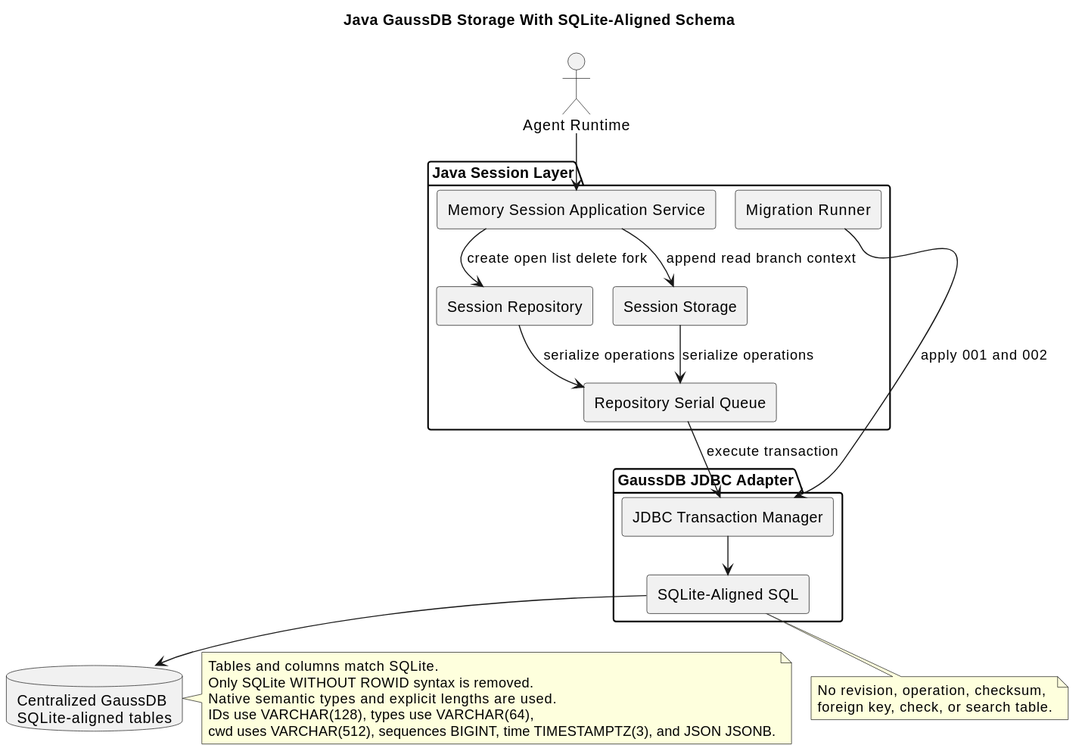
This is diagrams/memory/memory-architecture.svg from superheromeZzh/pi-mono-java-design, a PlantUML export, as it was before one commit.
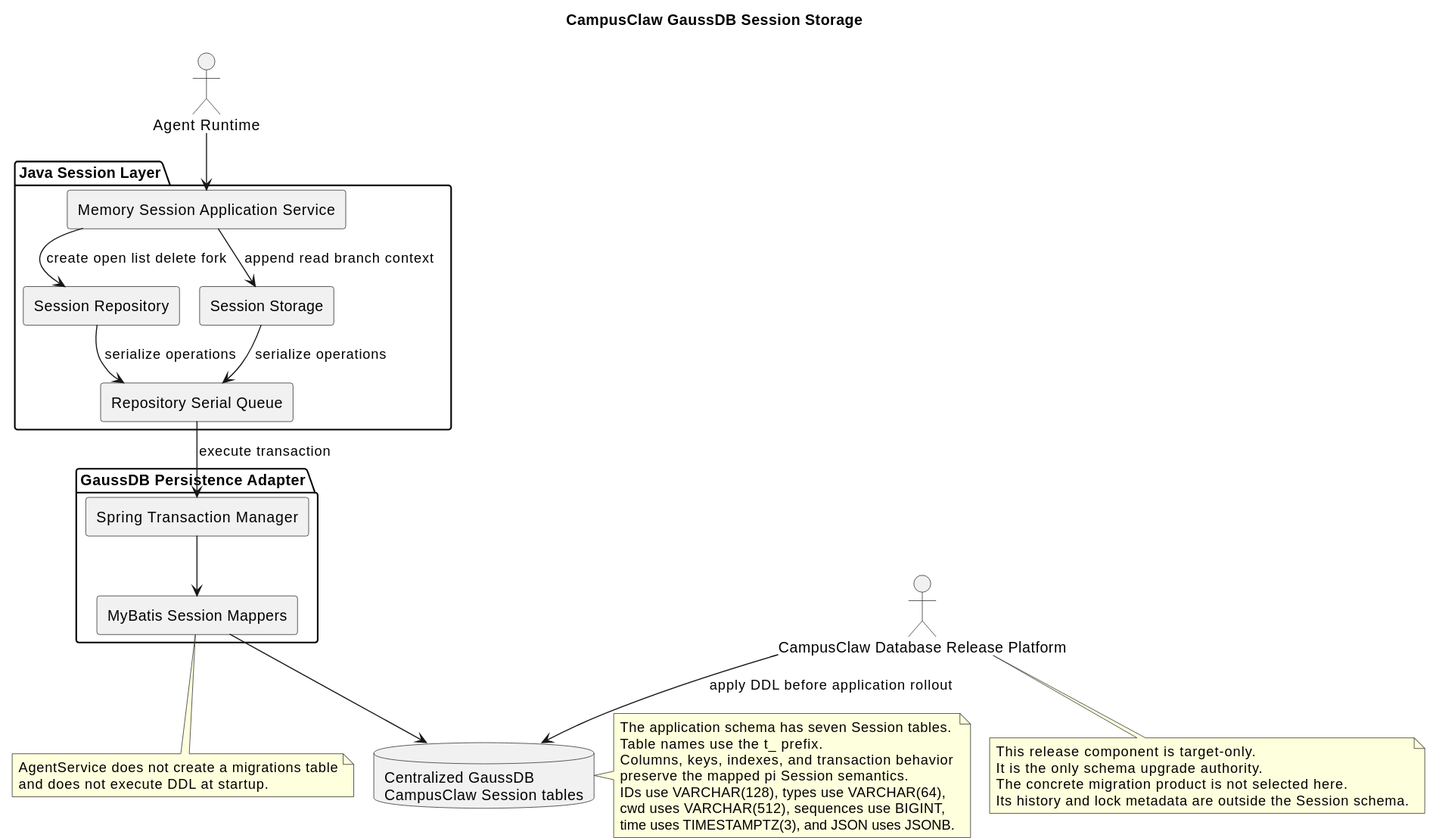
After the change.

Commit message:
docs: externalize CampusClaw schema upgrades

The edit, as a diff of the source:
```diff
@@ -1,26 +1,26 @@
 @startuml
 !pragma layout smetana
-title Java GaussDB Storage With SQLite-Aligned Schema
+title CampusClaw GaussDB Session Storage
 skinparam backgroundColor #FFFFFF
 skinparam componentStyle rectangle
 
 
 actor "Agent Runtime" as runtime
+actor "CampusClaw Database Release Platform" as release
 
 package "Java Session Layer" {
   [Memory Session Application Service] as app
   [Session Repository] as repository
   [Session Storage] as storage
-  [Migration Runner] as migration
   [Repository Serial Queue] as queue
 }
 
-package "GaussDB JDBC Adapter" {
-  [JDBC Transaction Manager] as tx
-  [SQLite-Aligned SQL] as sql
+package "GaussDB Persistence Adapter" {
+  [Spring Transaction Manager] as tx
+  [MyBatis Session Mappers] as sql
 }
 
-database "Centralized GaussDB\nSQLite-aligned tables" as db
+database "Centralized GaussDB\nCampusClaw Session tables" as db
 
 runtime --> app
 app --> repository : create open list delete fork
@@ -28,20 +28,29 @@
 repository --> queue : serialize operations
 storage --> queue : serialize operations
 queue --> tx : execute transaction
-migration --> tx : apply 001 and 002
 tx --> sql
 sql --> db
+release --> db : apply DDL before application rollout
 
 note right of db
-Tables and columns match SQLite.
-Only SQLite WITHOUT ROWID syntax is removed.
-Native semantic types and explicit lengths are used.
+The application schema has seven Session tables.
+Table names use the t_ prefix.
+Columns, keys, indexes, and transaction behavior
+preserve the mapped pi Session semantics.
 IDs use VARCHAR(128), types use VARCHAR(64),
-cwd uses VARCHAR(512), sequences BIGINT, time TIMESTAMPTZ(3), and JSON JSONB.
+cwd uses VARCHAR(512), sequences use BIGINT,
+time uses TIMESTAMPTZ(3), and JSON uses JSONB.
+end note
+
+note bottom of release
+This release component is target-only.
+It is the only schema upgrade authority.
+The concrete migration product is not selected here.
+Its history and lock metadata are outside the Session schema.
 end note
 
 note bottom of sql
-No revision, operation, checksum,
-foreign key, check, or search table.
+AgentService does not create a migrations table
+and does not execute DDL at startup.
 end note
 @enduml
```
